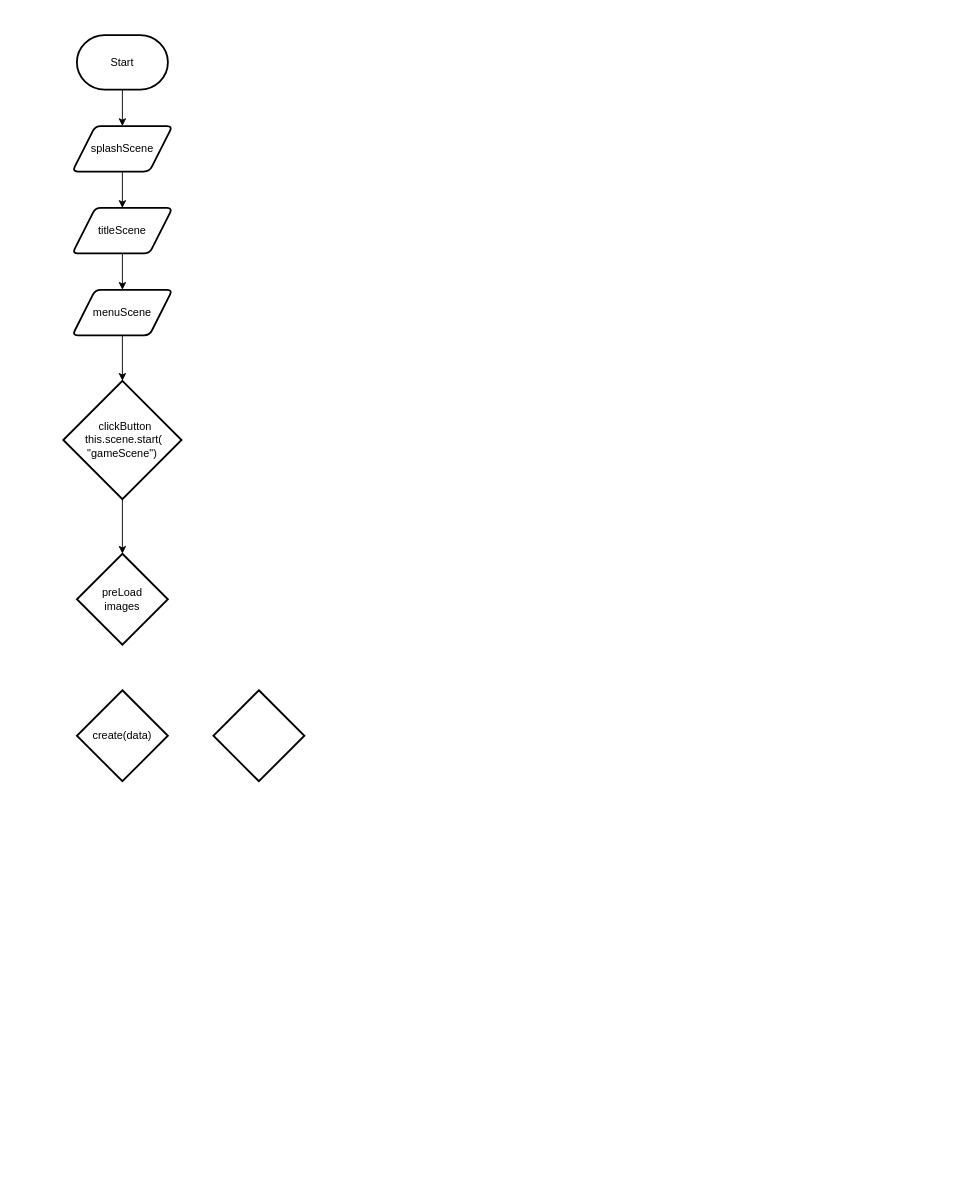
Before: designs/flowchart.drawio in KaitlynIp64/Final-Project---Kaitlyn-and-Ava, a draw.io diagram. Source tidied: cells renumbered, new cells numbered last; positions are measured from the earlier drawing's top-left corner, leaving out a move shared by most shapes. Both pictures are drawn from the tidied source at 91%, with x=0, y=0 at pixel (63, 35).
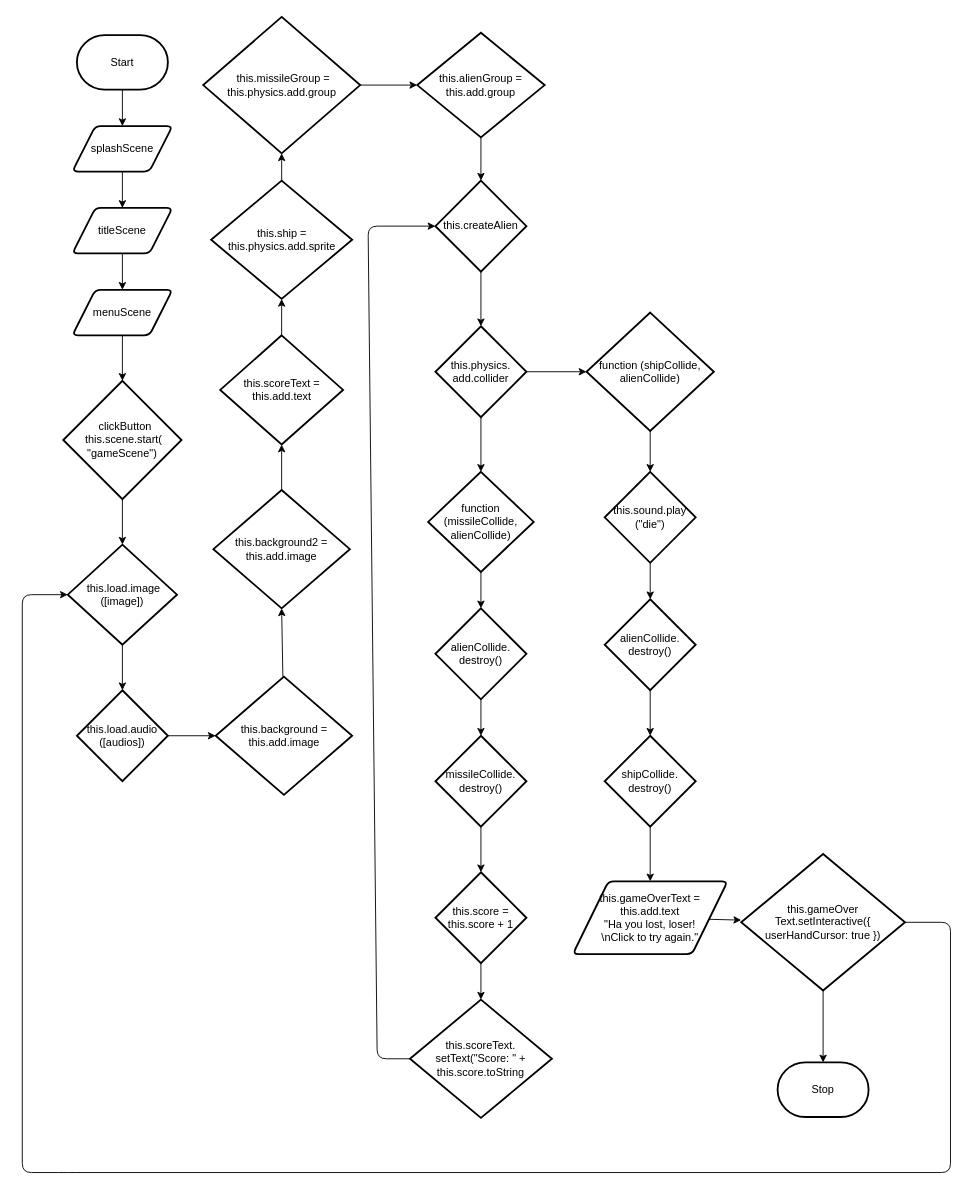
The same diagram, later.

Diff of the diagram source:
```diff
@@
+    <mxCell id="15" style="edgeStyle=none;html=1;entryX=0.5;entryY=0;entryDx=0;entryDy=0;entryPerimeter=0;" parent="1" edge="1" source="12" target="13">
+      <mxGeometry relative="1" as="geometry" />
+    </mxCell>
-    <mxCell id="12" value="preLoad &lt;br&gt;images" style="strokeWidth=2;html=1;shape=mxgraph.flowchart.decision;whiteSpace=wrap;" parent="1" vertex="1">
-      <mxGeometry x="15" y="570" width="100" height="100" as="geometry" />
+    <mxCell id="12" value="&amp;nbsp;this.load.image&lt;br&gt;([image])" style="strokeWidth=2;html=1;shape=mxgraph.flowchart.decision;whiteSpace=wrap;" parent="1" vertex="1">
+      <mxGeometry x="5" y="560" width="120" height="110" as="geometry" />
     </mxCell>
+    <mxCell id="16" style="edgeStyle=none;html=1;" parent="1" edge="1" source="13" target="14">
+      <mxGeometry relative="1" as="geometry" />
+    </mxCell>
-    <mxCell id="13" value="create(data)" style="strokeWidth=2;html=1;shape=mxgraph.flowchart.decision;whiteSpace=wrap;" parent="1" vertex="1">
+    <mxCell id="13" value="this.load.audio&lt;br&gt;([audios])" style="strokeWidth=2;html=1;shape=mxgraph.flowchart.decision;whiteSpace=wrap;" parent="1" vertex="1">
       <mxGeometry x="15" y="720" width="100" height="100" as="geometry" />
     </mxCell>
+    <mxCell id="17" style="edgeStyle=none;html=1;entryX=0.5;entryY=1;entryDx=0;entryDy=0;entryPerimeter=0;" parent="1" edge="1" source="14" target="19">
+      <mxGeometry relative="1" as="geometry" />
+    </mxCell>
-    <mxCell id="14" style="strokeWidth=2;html=1;shape=mxgraph.flowchart.decision;whiteSpace=wrap;" parent="1" vertex="1">
-      <mxGeometry x="165" y="720" width="100" height="100" as="geometry" />
+    <mxCell id="14" value="this.background = this.add.image" style="strokeWidth=2;html=1;shape=mxgraph.flowchart.decision;whiteSpace=wrap;" parent="1" vertex="1">
+      <mxGeometry x="167.5" y="705" width="150" height="130" as="geometry" />
     </mxCell>
+    <mxCell id="18" style="edgeStyle=none;html=1;" parent="1" edge="1" source="19" target="21">
+      <mxGeometry relative="1" as="geometry" />
+    </mxCell>
+    <mxCell id="19" value="this.background2 = this.add.image" style="strokeWidth=2;html=1;shape=mxgraph.flowchart.decision;whiteSpace=wrap;" parent="1" vertex="1">
+      <mxGeometry x="165" y="500" width="150" height="130" as="geometry" />
+    </mxCell>
+    <mxCell id="20" style="edgeStyle=none;html=1;" parent="1" edge="1" source="21" target="23">
+      <mxGeometry relative="1" as="geometry" />
+    </mxCell>
+    <mxCell id="21" value="this.scoreText = this.add.text" style="strokeWidth=2;html=1;shape=mxgraph.flowchart.decision;whiteSpace=wrap;" parent="1" vertex="1">
+      <mxGeometry x="172.5" y="330" width="135" height="120" as="geometry" />
+    </mxCell>
+    <mxCell id="22" style="edgeStyle=none;html=1;" parent="1" edge="1" source="23" target="25">
+      <mxGeometry relative="1" as="geometry" />
+    </mxCell>
+    <mxCell id="23" value="this.ship = this.physics.add.sprite" style="strokeWidth=2;html=1;shape=mxgraph.flowchart.decision;whiteSpace=wrap;" parent="1" vertex="1">
+      <mxGeometry x="162.5" y="160" width="155" height="130" as="geometry" />
+    </mxCell>
+    <mxCell id="24" style="edgeStyle=none;html=1;entryX=0;entryY=0.5;entryDx=0;entryDy=0;entryPerimeter=0;" parent="1" edge="1" source="25" target="27">
+      <mxGeometry relative="1" as="geometry" />
+    </mxCell>
+    <mxCell id="25" value="&amp;nbsp;this.missileGroup = this.physics.add.group" style="strokeWidth=2;html=1;shape=mxgraph.flowchart.decision;whiteSpace=wrap;" parent="1" vertex="1">
+      <mxGeometry x="153.8" y="-20" width="172.5" height="150" as="geometry" />
+    </mxCell>
+    <mxCell id="26" style="edgeStyle=none;html=1;entryX=0.5;entryY=0;entryDx=0;entryDy=0;entryPerimeter=0;" parent="1" edge="1" source="27" target="29">
+      <mxGeometry relative="1" as="geometry" />
+    </mxCell>
+    <mxCell id="27" value="this.alienGroup = this.add.group" style="strokeWidth=2;html=1;shape=mxgraph.flowchart.decision;whiteSpace=wrap;" parent="1" vertex="1">
+      <mxGeometry x="389" y="-2.5" width="140" height="115" as="geometry" />
+    </mxCell>
+    <mxCell id="28" style="edgeStyle=none;html=1;entryX=0.5;entryY=0;entryDx=0;entryDy=0;entryPerimeter=0;" parent="1" edge="1" source="29" target="32">
+      <mxGeometry relative="1" as="geometry" />
+    </mxCell>
+    <mxCell id="29" value="this.createAlien" style="strokeWidth=2;html=1;shape=mxgraph.flowchart.decision;whiteSpace=wrap;" parent="1" vertex="1">
+      <mxGeometry x="409" y="160" width="100" height="100" as="geometry" />
+    </mxCell>
+    <mxCell id="30" style="edgeStyle=none;html=1;" parent="1" edge="1" source="32" target="38">
+      <mxGeometry relative="1" as="geometry" />
+    </mxCell>
+    <mxCell id="31" style="edgeStyle=none;html=1;entryX=0;entryY=0.5;entryDx=0;entryDy=0;entryPerimeter=0;" parent="1" edge="1" source="32" target="40">
+      <mxGeometry relative="1" as="geometry" />
+    </mxCell>
+    <mxCell id="32" value="this.physics.&lt;br&gt;add.collider" style="strokeWidth=2;html=1;shape=mxgraph.flowchart.decision;whiteSpace=wrap;" parent="1" vertex="1">
+      <mxGeometry x="409" y="320" width="100" height="100" as="geometry" />
+    </mxCell>
+    <mxCell id="33" style="edgeStyle=none;html=1;entryX=0.5;entryY=0;entryDx=0;entryDy=0;entryPerimeter=0;" parent="1" edge="1" source="34" target="36">
+      <mxGeometry relative="1" as="geometry" />
+    </mxCell>
+    <mxCell id="34" value="alienCollide.&lt;br&gt;destroy()" style="strokeWidth=2;html=1;shape=mxgraph.flowchart.decision;whiteSpace=wrap;" parent="1" vertex="1">
+      <mxGeometry x="409" y="630" width="100" height="100" as="geometry" />
+    </mxCell>
+    <mxCell id="35" style="edgeStyle=none;html=1;entryX=0.5;entryY=0;entryDx=0;entryDy=0;entryPerimeter=0;" parent="1" edge="1" source="36" target="42">
+      <mxGeometry relative="1" as="geometry" />
+    </mxCell>
+    <mxCell id="36" value="missileCollide.&lt;br&gt;destroy()" style="strokeWidth=2;html=1;shape=mxgraph.flowchart.decision;whiteSpace=wrap;" parent="1" vertex="1">
+      <mxGeometry x="409" y="770" width="100" height="100" as="geometry" />
+    </mxCell>
+    <mxCell id="37" style="edgeStyle=none;html=1;entryX=0.5;entryY=0;entryDx=0;entryDy=0;entryPerimeter=0;" parent="1" edge="1" source="38" target="34">
+      <mxGeometry relative="1" as="geometry" />
+    </mxCell>
+    <mxCell id="38" value="function (missileCollide, alienCollide)" style="strokeWidth=2;html=1;shape=mxgraph.flowchart.decision;whiteSpace=wrap;" parent="1" vertex="1">
+      <mxGeometry x="401" y="480" width="116" height="110" as="geometry" />
+    </mxCell>
+    <mxCell id="39" style="edgeStyle=none;html=1;exitX=0.5;exitY=1;exitDx=0;exitDy=0;exitPerimeter=0;entryX=0.5;entryY=0;entryDx=0;entryDy=0;entryPerimeter=0;" parent="1" edge="1" source="40" target="46">
+      <mxGeometry relative="1" as="geometry" />
+    </mxCell>
+    <mxCell id="40" value="function (shipCollide, alienCollide)" style="strokeWidth=2;html=1;shape=mxgraph.flowchart.decision;whiteSpace=wrap;" parent="1" vertex="1">
+      <mxGeometry x="575" y="305" width="140" height="130" as="geometry" />
+    </mxCell>
+    <mxCell id="41" style="edgeStyle=none;html=1;" parent="1" edge="1" source="42" target="44">
+      <mxGeometry relative="1" as="geometry" />
+    </mxCell>
+    <mxCell id="42" value="this.score = this.score + 1" style="strokeWidth=2;html=1;shape=mxgraph.flowchart.decision;whiteSpace=wrap;" parent="1" vertex="1">
+      <mxGeometry x="409" y="920" width="100" height="100" as="geometry" />
+    </mxCell>
+    <mxCell id="43" style="edgeStyle=none;html=1;entryX=0;entryY=0.5;entryDx=0;entryDy=0;entryPerimeter=0;" parent="1" edge="1" source="44" target="29">
+      <mxGeometry relative="1" as="geometry">
+        <Array as="points">
+          <mxPoint x="345" y="1125" />
+          <mxPoint x="335" y="210" />
+        </Array>
+      </mxGeometry>
+    </mxCell>
+    <mxCell id="44" value="this.scoreText.&lt;br&gt;setText(&quot;Score: &quot; + this.score.toString" style="strokeWidth=2;html=1;shape=mxgraph.flowchart.decision;whiteSpace=wrap;" parent="1" vertex="1">
+      <mxGeometry x="381" y="1060" width="156" height="130" as="geometry" />
+    </mxCell>
+    <mxCell id="45" style="edgeStyle=none;html=1;entryX=0.5;entryY=0;entryDx=0;entryDy=0;entryPerimeter=0;" parent="1" edge="1" source="46" target="48">
+      <mxGeometry relative="1" as="geometry" />
+    </mxCell>
+    <mxCell id="46" value="this.sound.play&lt;br&gt;(&quot;die&quot;)" style="strokeWidth=2;html=1;shape=mxgraph.flowchart.decision;whiteSpace=wrap;" parent="1" vertex="1">
+      <mxGeometry x="595" y="480" width="100" height="100" as="geometry" />
+    </mxCell>
+    <mxCell id="47" style="edgeStyle=none;html=1;entryX=0.5;entryY=0;entryDx=0;entryDy=0;entryPerimeter=0;" parent="1" edge="1" source="48" target="50">
+      <mxGeometry relative="1" as="geometry" />
+    </mxCell>
+    <mxCell id="48" value="alienCollide.&lt;br&gt;destroy()" style="strokeWidth=2;html=1;shape=mxgraph.flowchart.decision;whiteSpace=wrap;" parent="1" vertex="1">
+      <mxGeometry x="595" y="620" width="100" height="100" as="geometry" />
+    </mxCell>
+    <mxCell id="49" style="edgeStyle=none;html=1;entryX=0.5;entryY=0;entryDx=0;entryDy=0;" parent="1" edge="1" source="50" target="52">
+      <mxGeometry relative="1" as="geometry" />
+    </mxCell>
+    <mxCell id="50" value="shipCollide.&lt;br&gt;destroy()" style="strokeWidth=2;html=1;shape=mxgraph.flowchart.decision;whiteSpace=wrap;" parent="1" vertex="1">
+      <mxGeometry x="595" y="770" width="100" height="100" as="geometry" />
+    </mxCell>
+    <mxCell id="51" style="edgeStyle=none;html=1;" parent="1" edge="1" source="52" target="55">
+      <mxGeometry relative="1" as="geometry" />
+    </mxCell>
+    <mxCell id="52" value="&lt;span&gt;this.gameOverText = this.add.text&lt;/span&gt;&lt;br&gt;&lt;span&gt;&quot;Ha you lost, loser!&lt;br&gt;\nClick to try again.&quot;&lt;/span&gt;" style="shape=parallelogram;html=1;strokeWidth=2;perimeter=parallelogramPerimeter;whiteSpace=wrap;rounded=1;arcSize=12;size=0.23;" parent="1" vertex="1">
+      <mxGeometry x="560" y="930" width="170" height="80" as="geometry" />
+    </mxCell>
+    <mxCell id="53" style="edgeStyle=none;html=1;entryX=0.5;entryY=0;entryDx=0;entryDy=0;entryPerimeter=0;" parent="1" edge="1" source="55" target="56">
+      <mxGeometry relative="1" as="geometry" />
+    </mxCell>
+    <mxCell id="54" style="edgeStyle=none;html=1;exitX=1;exitY=0.5;exitDx=0;exitDy=0;exitPerimeter=0;entryX=0;entryY=0.5;entryDx=0;entryDy=0;entryPerimeter=0;" parent="1" edge="1" source="55" target="12">
+      <mxGeometry relative="1" as="geometry">
+        <Array as="points">
+          <mxPoint x="975" y="975" />
+          <mxPoint x="975" y="1250" />
+          <mxPoint x="5" y="1250" />
+          <mxPoint x="-45" y="1250" />
+          <mxPoint x="-45" y="615" />
+        </Array>
+      </mxGeometry>
+    </mxCell>
+    <mxCell id="55" value="this.gameOver&lt;br&gt;Text.setInteractive({ userHandCursor: true })" style="strokeWidth=2;html=1;shape=mxgraph.flowchart.decision;whiteSpace=wrap;" parent="1" vertex="1">
+      <mxGeometry x="745" y="900" width="180" height="150" as="geometry" />
+    </mxCell>
+    <mxCell id="56" value="Stop" style="strokeWidth=2;html=1;shape=mxgraph.flowchart.terminator;whiteSpace=wrap;" parent="1" vertex="1">
+      <mxGeometry x="785" y="1129" width="100" height="60" as="geometry" />
+    </mxCell>
```
